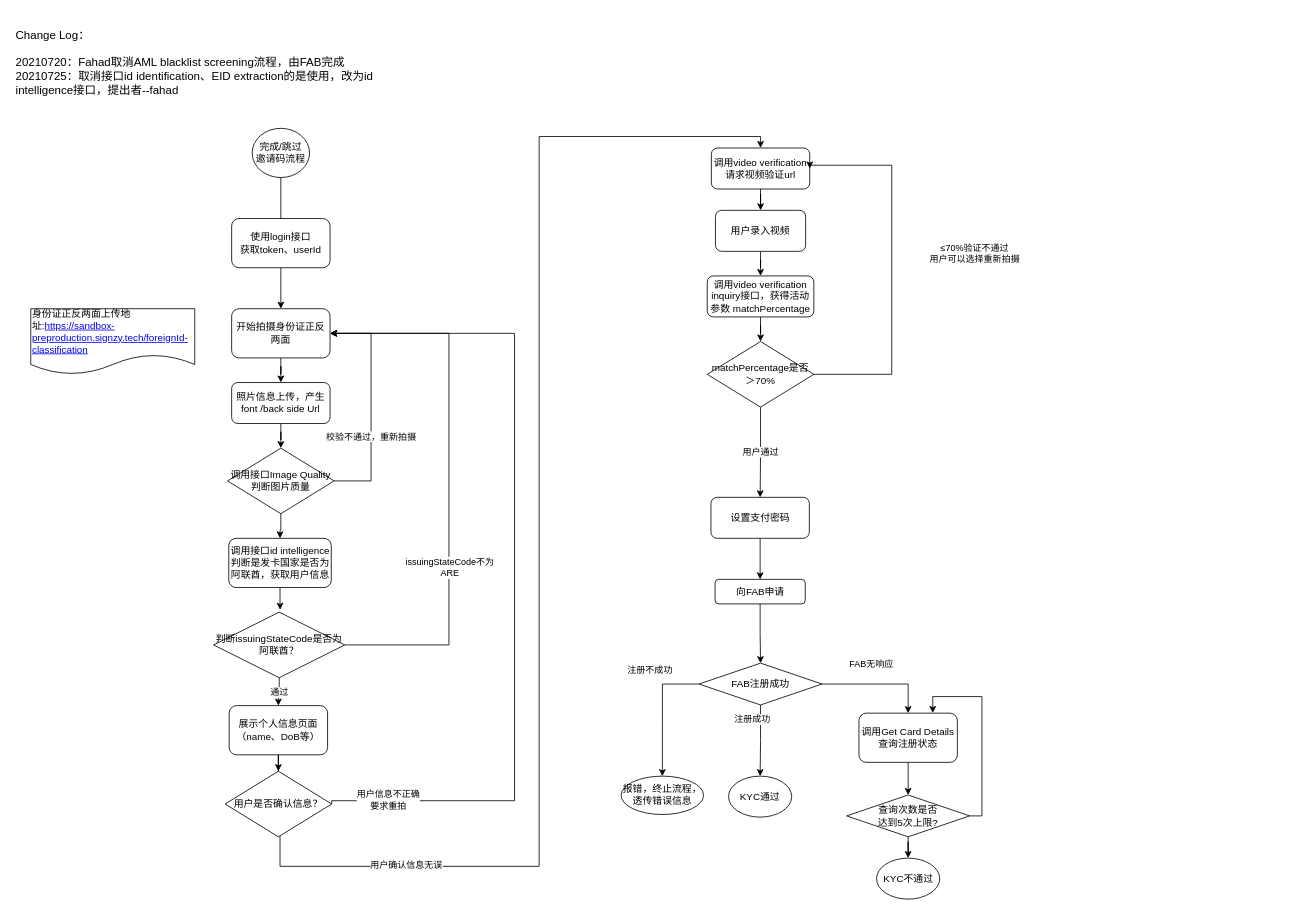
Earlier version of the draw.io diagram Tiqmo UAE KYC.drawio (MarkYongfengZheng/WFT). Source tidied: cells renumbered, new cells numbered last; positions are measured from the earlier drawing's top-left corner, leaving out a move shared by most shapes. Both pictures are drawn from the tidied source at 82%, with x=0, y=0 at pixel (14, 54).
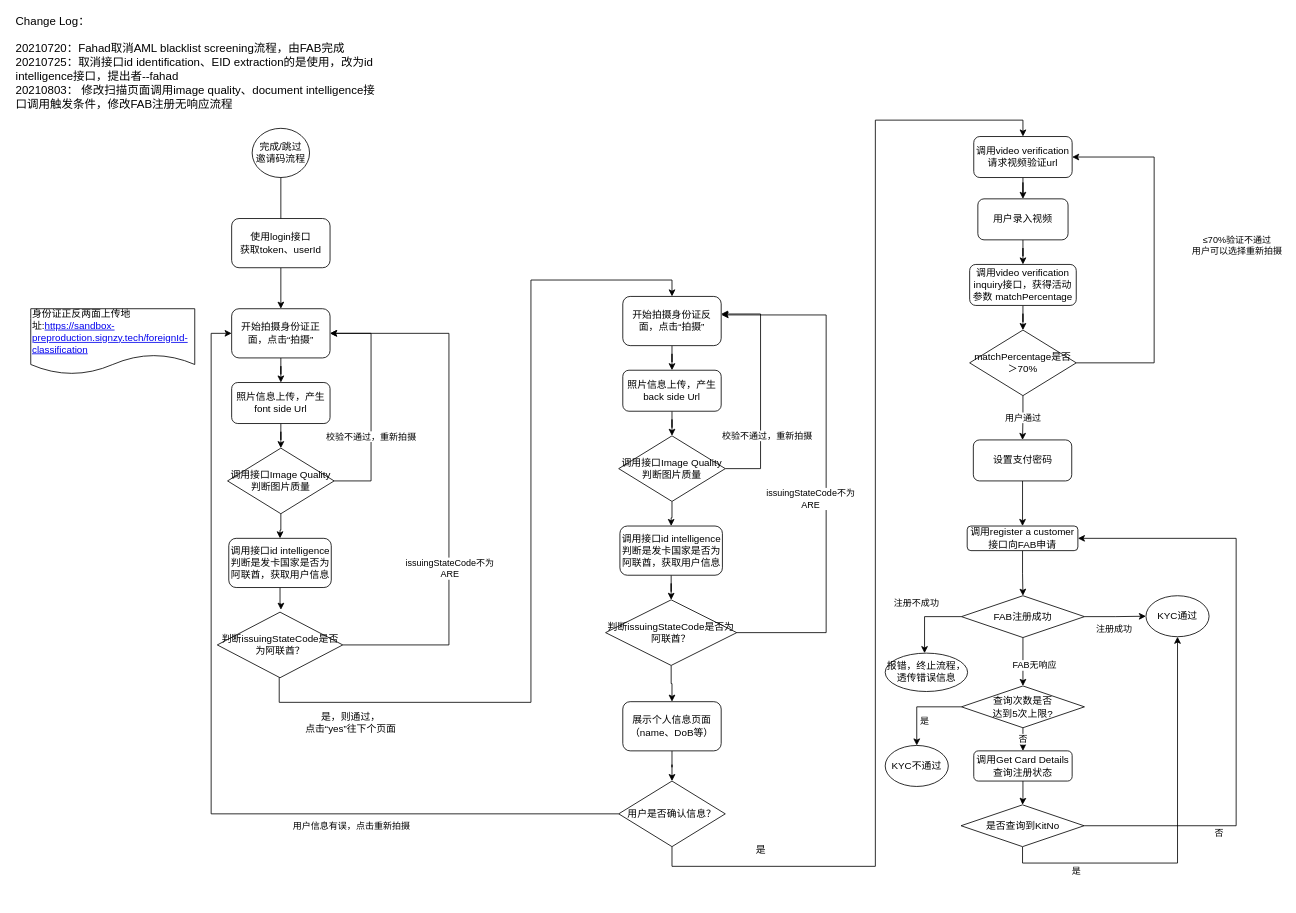
The same diagram, later.

Change to the diagram source:
```diff
@@
-    <mxCell id="3" value="开始拍摄身份证正反两面" style="rounded=1;whiteSpace=wrap;html=1;" parent="1" vertex="1">
+    <mxCell id="3" value="开始拍摄身份证正面，点击“拍摄”" style="rounded=1;whiteSpace=wrap;html=1;" parent="1" vertex="1">
       <mxGeometry x="265" y="310" width="120" height="60" as="geometry" />
     </mxCell>
@@
-    <mxCell id="11" value="照片信息上传，产生font /back side Url" style="rounded=1;whiteSpace=wrap;html=1;" parent="1" vertex="1">
+    <mxCell id="11" value="照片信息上传，产生font side Url" style="rounded=1;whiteSpace=wrap;html=1;" parent="1" vertex="1">
       <mxGeometry x="265" y="400" width="120" height="50" as="geometry" />
     </mxCell>
@@
+    <mxCell id="16" style="edgeStyle=orthogonalEdgeStyle;rounded=0;jettySize=auto;html=1;entryX=0.5;entryY=0;entryDx=0;entryDy=0;" parent="1" edge="1" source="18" target="41">
+      <mxGeometry relative="1" as="geometry">
+        <Array as="points">
+          <mxPoint x="802" y="990" />
+          <mxPoint x="1050" y="990" />
+          <mxPoint x="1050" y="80" />
+          <mxPoint x="1230" y="80" />
+        </Array>
+      </mxGeometry>
+    </mxCell>
-    <mxCell id="14" style="edgeStyle=orthogonalEdgeStyle;rounded=0;jettySize=auto;html=1;entryX=1;entryY=0.5;entryDx=0;entryDy=0;exitX=1;exitY=0.5;exitDx=0;exitDy=0;" parent="1" edge="1" source="18" target="3">
+    <mxCell id="14" style="edgeStyle=orthogonalEdgeStyle;rounded=0;jettySize=auto;html=1;entryX=0;entryY=0.5;entryDx=0;entryDy=0;" parent="1" edge="1" source="18" target="3">
       <mxGeometry relative="1" as="geometry">
         <Array as="points">
-          <mxPoint x="387" y="910" />
-          <mxPoint x="610" y="910" />
-          <mxPoint x="610" y="340" />
+          <mxPoint x="240" y="926" />
+          <mxPoint x="240" y="340" />
         </Array>
       </mxGeometry>
     </mxCell>
-    <mxCell id="15" value="用户信息不正确&lt;br&gt;要求重拍" style="edgeLabel;html=1;align=center;verticalAlign=middle;" parent="14" vertex="1">
-      <mxGeometry x="-0.86" y="2" relative="1" as="geometry" />
-    </mxCell>
-    <mxCell id="16" style="edgeStyle=orthogonalEdgeStyle;rounded=0;jettySize=auto;html=1;entryX=0.5;entryY=0;entryDx=0;entryDy=0;" parent="1" edge="1" source="18" target="41">
-      <mxGeometry relative="1" as="geometry">
-        <Array as="points">
-          <mxPoint x="324" y="990" />
-          <mxPoint x="640" y="990" />
-          <mxPoint x="640" y="100" />
-          <mxPoint x="910" y="100" />
-        </Array>
-      </mxGeometry>
-    </mxCell>
-    <mxCell id="17" value="用户确认信息无误" style="edgeLabel;html=1;align=center;verticalAlign=middle;" parent="16" vertex="1">
-      <mxGeometry x="-0.75" y="2" relative="1" as="geometry" />
-    </mxCell>
+    <mxCell id="56" value="用户信息有误，点击重新拍摄" style="edgeLabel;html=1;align=center;verticalAlign=middle;" parent="14" vertex="1">
+      <mxGeometry x="-0.41" y="-1" relative="1" as="geometry">
+        <mxPoint y="15" as="offset" />
+      </mxGeometry>
+    </mxCell>
     <mxCell id="18" value="用户是否确认信息？" style="rhombus;whiteSpace=wrap;html=1;" parent="1" vertex="1">
-      <mxGeometry x="257" y="874" width="130" height="80" as="geometry" />
+      <mxGeometry x="737" y="886" width="130" height="80" as="geometry" />
     </mxCell>
@@
     <mxCell id="20" value="报错，终止流程，&lt;br&gt;透传错误信息" style="ellipse;whiteSpace=wrap;html=1;" parent="1" vertex="1">
-      <mxGeometry x="740" y="880" width="100.5" height="46.8" as="geometry" />
+      <mxGeometry x="1062" y="730" width="100.5" height="46.8" as="geometry" />
     </mxCell>
@@
     <mxCell id="22" value="设置支付密码" style="rounded=1;whiteSpace=wrap;html=1;" parent="1" vertex="1">
-      <mxGeometry x="849.5" y="540" width="120" height="50" as="geometry" />
+      <mxGeometry x="1169.5" y="470" width="120" height="50" as="geometry" />
     </mxCell>
@@
-    <mxCell id="24" value="向FAB申请" style="rounded=1;whiteSpace=wrap;html=1;" parent="1" vertex="1">
-      <mxGeometry x="854.5" y="640" width="110" height="30" as="geometry" />
+    <mxCell id="24" value="调用register a customer 接口向FAB申请" style="rounded=1;whiteSpace=wrap;html=1;" parent="1" vertex="1">
+      <mxGeometry x="1162" y="575" width="135" height="30" as="geometry" />
     </mxCell>
-    <mxCell id="25" value="注册成功" style="edgeStyle=orthogonalEdgeStyle;rounded=0;jettySize=auto;html=1;entryX=0.5;entryY=0;entryDx=0;entryDy=0;" parent="1" edge="1" source="29" target="30">
-      <mxGeometry x="-0.58" y="-10" relative="1" as="geometry" />
+    <mxCell id="25" value="注册成功" style="edgeStyle=orthogonalEdgeStyle;rounded=0;jettySize=auto;html=1;entryX=0;entryY=0.5;entryDx=0;entryDy=0;" parent="1" edge="1" source="29" target="30">
+      <mxGeometry x="-0.05" y="-15" relative="1" as="geometry" />
     </mxCell>
-    <mxCell id="26" style="edgeStyle=orthogonalEdgeStyle;rounded=0;jettySize=auto;html=1;entryX=0.5;entryY=0;entryDx=0;entryDy=0;" parent="1" edge="1" source="29" target="20">
+    <mxCell id="26" style="edgeStyle=orthogonalEdgeStyle;rounded=0;jettySize=auto;html=1;" parent="1" edge="1" source="29">
       <mxGeometry relative="1" as="geometry">
+        <mxPoint x="1110" y="730" as="targetPoint" />
         <Array as="points">
-          <mxPoint x="790" y="768.2" />
+          <mxPoint x="1110" y="686" />
         </Array>
       </mxGeometry>
     </mxCell>
@@
-    <mxCell id="28" value="FAB无响应" style="edgeStyle=orthogonalEdgeStyle;rounded=0;jettySize=auto;html=1;" parent="1" edge="1" source="29" target="50">
-      <mxGeometry x="-0.14" y="26" relative="1" as="geometry">
-        <mxPoint y="1" as="offset" />
-      </mxGeometry>
+    <mxCell id="28" value="FAB无响应" style="edgeStyle=orthogonalEdgeStyle;rounded=0;jettySize=auto;html=1;entryX=0.5;entryY=0;entryDx=0;entryDy=0;" parent="1" edge="1" source="29" target="54">
+      <mxGeometry x="0.15" y="14" relative="1" as="geometry" />
     </mxCell>
     <mxCell id="29" value="FAB注册成功" style="rhombus;whiteSpace=wrap;html=1;" parent="1" vertex="1">
-      <mxGeometry x="835" y="742.2" width="150" height="51" as="geometry" />
+      <mxGeometry x="1155" y="660" width="150" height="51" as="geometry" />
     </mxCell>
     <mxCell id="30" value="KYC通过" style="ellipse;whiteSpace=wrap;html=1;" parent="1" vertex="1">
-      <mxGeometry x="871" y="880" width="77" height="50" as="geometry" />
+      <mxGeometry x="1380" y="660" width="77" height="50" as="geometry" />
     </mxCell>
@@
-    <mxCell id="36" value="通过" style="edgeStyle=orthogonalEdgeStyle;rounded=0;jettySize=auto;html=1;entryX=0.5;entryY=0;entryDx=0;entryDy=0;" parent="1" edge="1" source="37" target="39">
-      <mxGeometry relative="1" as="geometry" />
-    </mxCell>
+    <mxCell id="57" style="edgeStyle=orthogonalEdgeStyle;rounded=0;jettySize=auto;html=1;entryX=0.5;entryY=0;entryDx=0;entryDy=0;" parent="1" edge="1" source="37" target="61">
+      <mxGeometry relative="1" as="geometry">
+        <Array as="points">
+          <mxPoint x="323" y="790" />
+          <mxPoint x="630" y="790" />
+          <mxPoint x="630" y="275" />
+          <mxPoint x="802" y="275" />
+        </Array>
+      </mxGeometry>
+    </mxCell>
     <mxCell id="37" value="判断issuingStateCode是否为阿联酋？" style="rhombus;whiteSpace=wrap;html=1;align=center;" parent="1" vertex="1">
-      <mxGeometry x="243" y="680" width="160" height="80" as="geometry" />
+      <mxGeometry x="247.5" y="680" width="153" height="80" as="geometry" />
     </mxCell>
-    <mxCell id="38" style="edgeStyle=orthogonalEdgeStyle;rounded=0;jettySize=auto;html=1;entryX=0.5;entryY=0;entryDx=0;entryDy=0;" parent="1" edge="1" source="39" target="18">
-      <mxGeometry relative="1" as="geometry" />
-    </mxCell>
-    <mxCell id="39" value="展示个人信息页面（name、DoB等）" style="rounded=1;whiteSpace=wrap;html=1;align=center;" parent="1" vertex="1">
-      <mxGeometry x="262" y="794" width="120" height="60" as="geometry" />
-    </mxCell>
@@
     <mxCell id="41" value="调用video verification&lt;br&gt;请求视频验证url" style="rounded=1;whiteSpace=wrap;html=1;" parent="1" vertex="1">
-      <mxGeometry x="850" y="114" width="120" height="50" as="geometry" />
+      <mxGeometry x="1170" y="100" width="120" height="50" as="geometry" />
     </mxCell>
@@
     <mxCell id="43" value="用户录入视频" style="rounded=1;whiteSpace=wrap;html=1;align=center;" parent="1" vertex="1">
-      <mxGeometry x="855" y="190" width="110" height="50" as="geometry" />
+      <mxGeometry x="1175" y="176" width="110" height="50" as="geometry" />
     </mxCell>
@@
     <mxCell id="45" value="调用video verification inquiry接口，获得活动参数 matchPercentage" style="rounded=1;whiteSpace=wrap;html=1;align=center;" parent="1" vertex="1">
-      <mxGeometry x="845" y="270" width="130" height="50" as="geometry" />
+      <mxGeometry x="1165" y="256" width="130" height="50" as="geometry" />
     </mxCell>
     <mxCell id="46" style="edgeStyle=orthogonalEdgeStyle;rounded=0;jettySize=auto;html=1;entryX=1;entryY=0.5;entryDx=0;entryDy=0;" parent="1" edge="1" source="48" target="41">
       <mxGeometry relative="1" as="geometry">
         <Array as="points">
-          <mxPoint x="1070" y="390" />
-          <mxPoint x="1070" y="135" />
+          <mxPoint x="1390" y="376" />
+          <mxPoint x="1390" y="125" />
         </Array>
       </mxGeometry>
     </mxCell>
@@
     <mxCell id="48" value="matchPercentage是否＞70%" style="rhombus;whiteSpace=wrap;html=1;" parent="1" vertex="1">
-      <mxGeometry x="845" y="350" width="130" height="80" as="geometry" />
+      <mxGeometry x="1165" y="336" width="130" height="80" as="geometry" />
     </mxCell>
-    <mxCell id="49" style="edgeStyle=orthogonalEdgeStyle;rounded=0;jettySize=auto;html=1;entryX=0.5;entryY=0;entryDx=0;entryDy=0;exitX=0.5;exitY=1;exitDx=0;exitDy=0;" parent="1" edge="1" source="50" target="54">
-      <mxGeometry relative="1" as="geometry">
-        <Array as="points">
-          <mxPoint x="1090" y="870" />
-          <mxPoint x="1090" y="870" />
-        </Array>
-      </mxGeometry>
-    </mxCell>
+    <mxCell id="58" style="edgeStyle=orthogonalEdgeStyle;rounded=0;jettySize=auto;html=1;entryX=0.5;entryY=0;entryDx=0;entryDy=0;" parent="1" edge="1" source="50" target="81">
+      <mxGeometry relative="1" as="geometry" />
+    </mxCell>
     <mxCell id="50" value="调用Get Card Details&lt;br&gt;查询注册状态" style="rounded=1;whiteSpace=wrap;html=1;" parent="1" vertex="1">
-      <mxGeometry x="1030" y="803.2" width="120" height="60" as="geometry" />
+      <mxGeometry x="1170" y="849.2" width="120" height="36.8" as="geometry" />
     </mxCell>
-    <mxCell id="51" value="&lt;font style=&quot;font-size: 14px&quot;&gt;&lt;span&gt;Change Log：&lt;br&gt;&lt;/span&gt;&lt;br&gt;&lt;div&gt;&lt;span&gt;20210720：&lt;/span&gt;&lt;font style=&quot;font-size: 14px&quot;&gt;Fahad取消AML blacklist screening流程，由FAB完成&lt;/font&gt;&lt;/div&gt;&lt;div&gt;&lt;font style=&quot;font-size: 14px&quot;&gt;20210725：取消接口id identification、EID extraction的是使用，改为id intelligence接口，提出者--fahad&lt;/font&gt;&lt;/div&gt;&lt;/font&gt;" style="text;html=1;strokeColor=none;fillColor=none;align=left;verticalAlign=middle;whiteSpace=wrap;rounded=0;" parent="1" vertex="1">
+    <mxCell id="51" value="&lt;font style=&quot;font-size: 14px&quot;&gt;&lt;span&gt;Change Log：&lt;br&gt;&lt;/span&gt;&lt;br&gt;&lt;div&gt;&lt;span&gt;20210720：&lt;/span&gt;&lt;font style=&quot;font-size: 14px&quot;&gt;Fahad取消AML blacklist screening流程，由FAB完成&lt;/font&gt;&lt;/div&gt;&lt;div&gt;&lt;font style=&quot;font-size: 14px&quot;&gt;20210725：取消接口id identification、EID extraction的是使用，改为id intelligence接口，提出者--fahad&lt;/font&gt;&lt;/div&gt;&lt;div&gt;&lt;font style=&quot;font-size: 14px&quot;&gt;20210803： 修改扫描页面调用image quality、document intelligence接口调用触发条件，修改FAB注册无响应流程&lt;/font&gt;&lt;/div&gt;&lt;/font&gt;" style="text;html=1;strokeColor=none;fillColor=none;align=left;verticalAlign=middle;whiteSpace=wrap;rounded=0;" parent="1" vertex="1">
       <mxGeometry width="450" height="20" as="geometry" />
     </mxCell>
-    <mxCell id="52" style="edgeStyle=orthogonalEdgeStyle;rounded=0;jettySize=auto;html=1;" parent="1" edge="1" source="54">
-      <mxGeometry relative="1" as="geometry">
-        <mxPoint x="1120" y="803" as="targetPoint" />
-        <Array as="points">
-          <mxPoint x="1180" y="929" />
-          <mxPoint x="1180" y="783" />
-          <mxPoint x="1120" y="783" />
-        </Array>
-      </mxGeometry>
-    </mxCell>
-    <mxCell id="53" style="edgeStyle=orthogonalEdgeStyle;rounded=0;jettySize=auto;html=1;" parent="1" edge="1" source="54" target="55">
+    <mxCell id="53" value="否" style="edgeStyle=orthogonalEdgeStyle;rounded=0;jettySize=auto;html=1;entryX=0.5;entryY=0;entryDx=0;entryDy=0;" parent="1" edge="1" source="54" target="50">
       <mxGeometry relative="1" as="geometry" />
     </mxCell>
+    <mxCell id="59" value="是" style="edgeStyle=orthogonalEdgeStyle;rounded=0;jettySize=auto;html=1;" parent="1" edge="1" source="54" target="55">
+      <mxGeometry x="0.41" y="9" relative="1" as="geometry" />
+    </mxCell>
     <mxCell id="54" value="查询次数是否&lt;br&gt;达到5次上限?" style="rhombus;whiteSpace=wrap;html=1;" parent="1" vertex="1">
-      <mxGeometry x="1015" y="903" width="150" height="51" as="geometry" />
+      <mxGeometry x="1155" y="770" width="150" height="51" as="geometry" />
     </mxCell>
     <mxCell id="55" value="KYC不通过" style="ellipse;whiteSpace=wrap;html=1;" parent="1" vertex="1">
-      <mxGeometry x="1051.5" y="980" width="77" height="50" as="geometry" />
+      <mxGeometry x="1062" y="842.6" width="77" height="50" as="geometry" />
     </mxCell>
+    <mxCell id="60" style="edgeStyle=orthogonalEdgeStyle;rounded=0;jettySize=auto;html=1;entryX=0.5;entryY=0;entryDx=0;entryDy=0;" parent="1" edge="1" source="61" target="67">
+      <mxGeometry relative="1" as="geometry" />
+    </mxCell>
+    <mxCell id="61" value="开始拍摄身份证反面，点击“拍摄”" style="rounded=1;whiteSpace=wrap;html=1;" parent="1" vertex="1">
+      <mxGeometry x="742" y="295" width="120" height="60" as="geometry" />
+    </mxCell>
+    <mxCell id="62" style="edgeStyle=orthogonalEdgeStyle;rounded=0;jettySize=auto;html=1;entryX=0.5;entryY=0;entryDx=0;entryDy=0;" parent="1" edge="1" source="65" target="69">
+      <mxGeometry relative="1" as="geometry" />
+    </mxCell>
+    <mxCell id="63" style="edgeStyle=orthogonalEdgeStyle;rounded=0;jettySize=auto;html=1;entryX=1;entryY=0.357;entryDx=0;entryDy=0;entryPerimeter=0;" parent="1" edge="1" source="65" target="61">
+      <mxGeometry relative="1" as="geometry">
+        <Array as="points">
+          <mxPoint x="910" y="505" />
+          <mxPoint x="910" y="316" />
+        </Array>
+      </mxGeometry>
+    </mxCell>
+    <mxCell id="64" value="校验不通过，重新拍摄" style="edgeLabel;html=1;align=center;verticalAlign=middle;" parent="63" vertex="1">
+      <mxGeometry x="-0.2" y="1" relative="1" as="geometry">
+        <mxPoint x="8" y="28" as="offset" />
+      </mxGeometry>
+    </mxCell>
+    <mxCell id="65" value="调用接口Image Quality&lt;br&gt;判断图片质量" style="rhombus;whiteSpace=wrap;html=1;" parent="1" vertex="1">
+      <mxGeometry x="737" y="465" width="130" height="80" as="geometry" />
+    </mxCell>
+    <mxCell id="66" style="edgeStyle=orthogonalEdgeStyle;rounded=0;jettySize=auto;html=1;entryX=0.5;entryY=0;entryDx=0;entryDy=0;" parent="1" edge="1" source="67" target="65">
+      <mxGeometry relative="1" as="geometry" />
+    </mxCell>
+    <mxCell id="67" value="照片信息上传，产生 back side Url" style="rounded=1;whiteSpace=wrap;html=1;" parent="1" vertex="1">
+      <mxGeometry x="742" y="385" width="120" height="50" as="geometry" />
+    </mxCell>
+    <mxCell id="68" style="edgeStyle=orthogonalEdgeStyle;rounded=0;jettySize=auto;html=1;entryX=0.5;entryY=0;entryDx=0;entryDy=0;" parent="1" edge="1" source="69" target="74">
+      <mxGeometry relative="1" as="geometry" />
+    </mxCell>
+    <mxCell id="69" value="调用接口id intelligence判断是发卡国家是否为阿联酋，获取用户信息" style="rounded=1;whiteSpace=wrap;html=1;" parent="1" vertex="1">
+      <mxGeometry x="738.5" y="575" width="125" height="60" as="geometry" />
+    </mxCell>
+    <mxCell id="70" style="edgeStyle=orthogonalEdgeStyle;rounded=0;jettySize=auto;html=1;entryX=1.004;entryY=0.376;entryDx=0;entryDy=0;entryPerimeter=0;" parent="1" edge="1" source="74" target="61">
+      <mxGeometry relative="1" as="geometry">
+        <Array as="points">
+          <mxPoint x="990" y="705" />
+          <mxPoint x="990" y="318" />
+        </Array>
+      </mxGeometry>
+    </mxCell>
+    <mxCell id="71" style="edgeLabel;html=1;align=center;verticalAlign=middle;" parent="70" vertex="1">
+      <mxGeometry x="0.3" y="1" relative="1" as="geometry" />
+    </mxCell>
+    <mxCell id="72" value="issuingStateCode不为&lt;br&gt;ARE" style="edgeLabel;html=1;align=center;verticalAlign=middle;" parent="70" vertex="1">
+      <mxGeometry x="-0.09" y="2" relative="1" as="geometry">
+        <mxPoint x="-18" y="11" as="offset" />
+      </mxGeometry>
+    </mxCell>
+    <mxCell id="73" style="edgeStyle=orthogonalEdgeStyle;rounded=0;jettySize=auto;html=1;entryX=0.5;entryY=0;entryDx=0;entryDy=0;" parent="1" edge="1" source="74" target="39">
+      <mxGeometry relative="1" as="geometry" />
+    </mxCell>
+    <mxCell id="74" value="判断issuingStateCode是否为阿联酋？" style="rhombus;whiteSpace=wrap;html=1;align=center;" parent="1" vertex="1">
+      <mxGeometry x="721" y="665" width="160" height="80" as="geometry" />
+    </mxCell>
+    <mxCell id="38" style="edgeStyle=orthogonalEdgeStyle;rounded=0;jettySize=auto;html=1;entryX=0.5;entryY=0;entryDx=0;entryDy=0;" parent="1" edge="1" source="39" target="18">
+      <mxGeometry relative="1" as="geometry" />
+    </mxCell>
+    <mxCell id="39" value="展示个人信息页面（name、DoB等）" style="rounded=1;whiteSpace=wrap;html=1;align=center;" parent="1" vertex="1">
+      <mxGeometry x="742" y="789.2" width="120" height="60" as="geometry" />
+    </mxCell>
+    <mxCell id="75" value="是，则通过，&lt;br&gt;点击“yes”往下个页面" style="text;html=1;align=center;verticalAlign=middle;strokeColor=none;" parent="1" vertex="1">
+      <mxGeometry x="345" y="800" width="130" height="30" as="geometry" />
+    </mxCell>
+    <mxCell id="76" value="是" style="text;html=1;align=center;verticalAlign=middle;strokeColor=none;" parent="1" vertex="1">
+      <mxGeometry x="895" y="960" width="30" height="20" as="geometry" />
+    </mxCell>
+    <mxCell id="77" style="edgeStyle=orthogonalEdgeStyle;rounded=0;jettySize=auto;html=1;exitX=0.5;exitY=1;exitDx=0;exitDy=0;" parent="1" edge="1" source="81" target="30">
+      <mxGeometry relative="1" as="geometry" />
+    </mxCell>
+    <mxCell id="78" value="是" style="edgeLabel;html=1;align=center;verticalAlign=middle;" parent="77" vertex="1">
+      <mxGeometry x="-0.65" relative="1" as="geometry">
+        <mxPoint y="9" as="offset" />
+      </mxGeometry>
+    </mxCell>
+    <mxCell id="79" style="edgeStyle=orthogonalEdgeStyle;rounded=0;jettySize=auto;html=1;entryX=1;entryY=0.5;entryDx=0;entryDy=0;shadow=0;sketch=0;backgroundOutline=0;" parent="1" edge="1" source="81" target="24">
+      <mxGeometry relative="1" as="geometry">
+        <Array as="points">
+          <mxPoint x="1490" y="941" />
+          <mxPoint x="1490" y="590" />
+        </Array>
+      </mxGeometry>
+    </mxCell>
+    <mxCell id="80" value="否" style="edgeLabel;html=1;align=center;verticalAlign=middle;" parent="79" vertex="1">
+      <mxGeometry x="-0.55" y="-1" relative="1" as="geometry">
+        <mxPoint y="8" as="offset" />
+      </mxGeometry>
+    </mxCell>
+    <mxCell id="81" value="是否查询到KitNo" style="rhombus;whiteSpace=wrap;html=1;" parent="1" vertex="1">
+      <mxGeometry x="1154.5" y="915" width="150" height="51" as="geometry" />
+    </mxCell>
```
